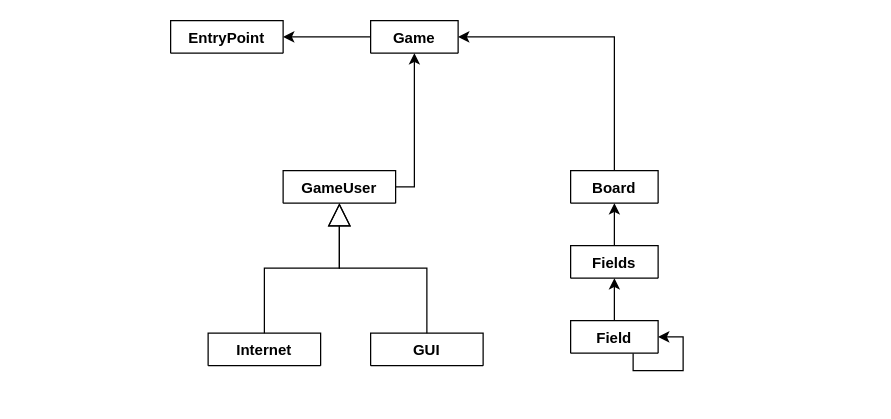
The draw.io diagram diagram.drawio in Jan-Wolski/Chinese-Checkers, before the edit. Source tidied: cells renumbered, new cells numbered last; positions are measured from the earlier drawing's top-left corner, leaving out a move shared by most shapes. Both pictures are drawn from the tidied source at 125%, with x=0, y=0 at pixel (170, 20).
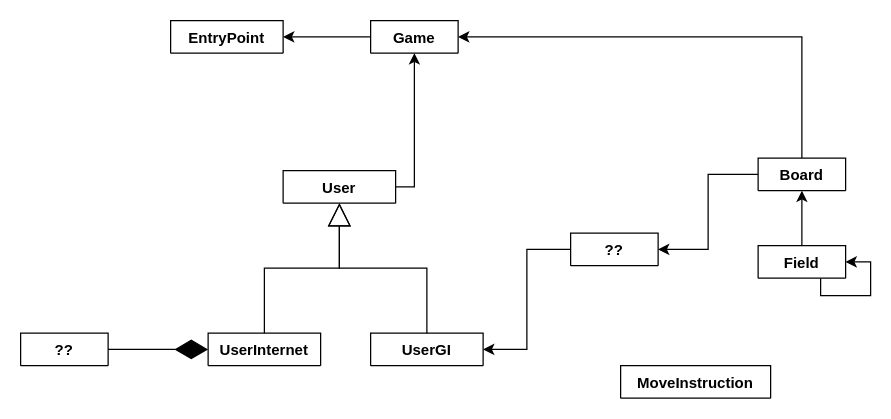
The same page after the edit.

Unchanged cells that the change refers to:
```xml
<mxCell id="3" value="Game&#10;" style="swimlane;fontStyle=1;align=center;verticalAlign=top;horizontal=1;startSize=26;" parent="1" vertex="1" collapsed="1">
  <mxGeometry x="160" width="70" height="26" as="geometry" />
</mxCell>
```

The edit, as a diff of the source:
```diff
@@
-    <mxCell id="5" value="Internet" style="swimlane;fontStyle=1;align=center;verticalAlign=top;horizontal=1;startSize=26;" parent="1" vertex="1" collapsed="1">
+    <mxCell id="5" value="UserInternet" style="swimlane;fontStyle=1;align=center;verticalAlign=top;horizontal=1;startSize=26;" parent="1" vertex="1" collapsed="1">
       <mxGeometry x="30" y="250" width="90" height="26" as="geometry" />
     </mxCell>
@@
-    <mxCell id="7" value="GameUser" style="swimlane;fontStyle=1;align=center;verticalAlign=top;horizontal=1;startSize=26;" parent="1" vertex="1" collapsed="1">
+    <mxCell id="7" value="User" style="swimlane;fontStyle=1;align=center;verticalAlign=top;horizontal=1;startSize=26;" parent="1" vertex="1" collapsed="1">
       <mxGeometry x="90" y="120" width="90" height="26" as="geometry" />
     </mxCell>
     <mxCell id="8" style="edgeStyle=orthogonalEdgeStyle;rounded=0;jettySize=auto;html=1;" parent="1" edge="1" source="9" target="3">
       <mxGeometry relative="1" as="geometry">
         <Array as="points">
-          <mxPoint x="355" y="13" />
+          <mxPoint x="505" y="13" />
         </Array>
       </mxGeometry>
     </mxCell>
+    <mxCell id="18" style="edgeStyle=orthogonalEdgeStyle;rounded=0;jettySize=auto;html=1;entryX=1;entryY=0.5;entryDx=0;entryDy=0;" parent="1" edge="1" source="9" target="20">
+      <mxGeometry relative="1" as="geometry" />
+    </mxCell>
     <mxCell id="9" value="Board" style="swimlane;fontStyle=1;align=center;verticalAlign=top;horizontal=1;startSize=26;" parent="1" vertex="1" collapsed="1">
-      <mxGeometry x="320" y="120" width="70" height="26" as="geometry" />
+      <mxGeometry x="470" y="110" width="70" height="26" as="geometry" />
     </mxCell>
-    <mxCell id="10" style="edgeStyle=orthogonalEdgeStyle;rounded=0;jettySize=auto;html=1;" parent="1" edge="1" source="11" target="9">
+    <mxCell id="10" style="edgeStyle=orthogonalEdgeStyle;rounded=0;jettySize=auto;html=1;" parent="1" edge="1" source="14" target="9">
       <mxGeometry relative="1" as="geometry" />
     </mxCell>
-    <mxCell id="11" value="Fields" style="swimlane;fontStyle=1;align=center;verticalAlign=top;horizontal=1;startSize=26;" parent="1" vertex="1" collapsed="1">
-      <mxGeometry x="320" y="180" width="70" height="26" as="geometry" />
-    </mxCell>
-    <mxCell id="12" style="edgeStyle=orthogonalEdgeStyle;rounded=0;jettySize=auto;html=1;" parent="1" edge="1" source="14" target="11">
-      <mxGeometry relative="1" as="geometry" />
-    </mxCell>
     <mxCell id="13" style="edgeStyle=orthogonalEdgeStyle;rounded=0;orthogonalLoop=1;jettySize=auto;html=1;entryX=1;entryY=0.5;entryDx=0;entryDy=0;" parent="1" edge="1" source="14" target="14">
       <mxGeometry relative="1" as="geometry">
         <Array as="points">
-          <mxPoint x="370" y="280" />
-          <mxPoint x="410" y="280" />
-          <mxPoint x="410" y="253" />
+          <mxPoint x="520" y="220" />
+          <mxPoint x="560" y="220" />
+          <mxPoint x="560" y="193" />
         </Array>
       </mxGeometry>
     </mxCell>
     <mxCell id="14" value="Field" style="swimlane;fontStyle=1;align=center;verticalAlign=top;horizontal=1;startSize=26;" parent="1" vertex="1" collapsed="1">
-      <mxGeometry x="320" y="240" width="70" height="26" as="geometry" />
+      <mxGeometry x="470" y="180" width="70" height="26" as="geometry" />
     </mxCell>
-    <mxCell id="15" value="GUI" style="swimlane;fontStyle=1;align=center;verticalAlign=top;horizontal=1;startSize=26;" parent="1" vertex="1" collapsed="1">
+    <mxCell id="15" value="UserGI" style="swimlane;fontStyle=1;align=center;verticalAlign=top;horizontal=1;startSize=26;" parent="1" vertex="1" collapsed="1">
       <mxGeometry x="160" y="250" width="90" height="26" as="geometry" />
     </mxCell>
@@
+    <mxCell id="19" style="edgeStyle=orthogonalEdgeStyle;rounded=0;jettySize=auto;html=1;entryX=1;entryY=0.5;entryDx=0;entryDy=0;" parent="1" edge="1" source="20" target="15">
+      <mxGeometry relative="1" as="geometry" />
+    </mxCell>
+    <mxCell id="20" value="??" style="swimlane;fontStyle=1;align=center;verticalAlign=top;horizontal=1;startSize=26;" parent="1" vertex="1" collapsed="1">
+      <mxGeometry x="320" y="170" width="70" height="26" as="geometry" />
+    </mxCell>
+    <mxCell id="21" value="MoveInstruction" style="swimlane;fontStyle=1;align=center;verticalAlign=top;horizontal=1;startSize=26;" parent="1" vertex="1" collapsed="1">
+      <mxGeometry x="360" y="276" width="120" height="26" as="geometry" />
+    </mxCell>
+    <mxCell id="22" value="??" style="swimlane;fontStyle=1;align=center;verticalAlign=top;horizontal=1;startSize=26;" parent="1" vertex="1" collapsed="1">
+      <mxGeometry x="-120" y="250" width="70" height="26" as="geometry" />
+    </mxCell>
+    <mxCell id="23" style="endArrow=diamondThin;endFill=1;endSize=24;html=1;rounded=0;edgeStyle=orthogonalEdgeStyle;entryX=0;entryY=0.5;entryDx=0;entryDy=0;exitX=1;exitY=0.5;exitDx=0;exitDy=0;" parent="1" edge="1" source="22" target="5">
+      <mxGeometry relative="1" as="geometry" />
+    </mxCell>
```
